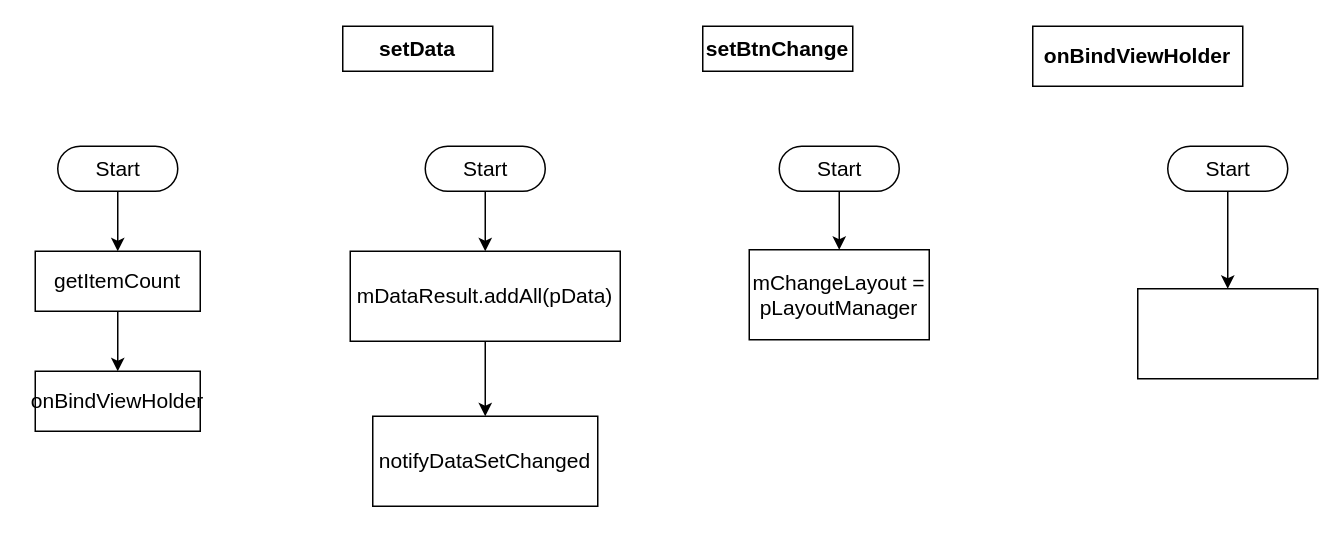
The draw.io diagram page "ZooAdapter" (7 of 12) of 一般流程.drawio in ccckyc/draw, before the edit. Source tidied: cells renumbered, new cells numbered last; positions are measured from the earlier drawing's top-left corner, leaving out a move shared by most shapes. Both pictures are drawn from the tidied source at 150%, with x=0, y=0 at pixel (34, 26).
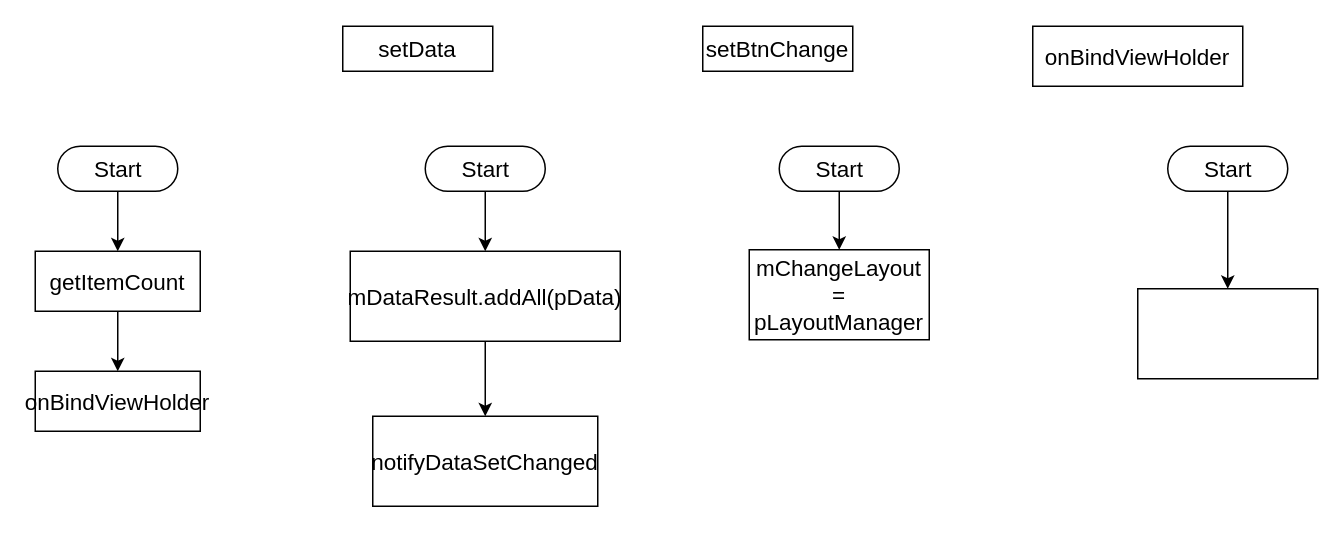
The same diagram, later.

Diff of the diagram source:
```diff
@@
-    <mxCell id="2" style="edgeStyle=orthogonalEdgeStyle;rounded=0;jettySize=auto;html=1;exitX=0.5;exitY=0.5;exitDx=0;exitDy=15;exitPerimeter=0;fontSize=14;" parent="1" edge="1" source="7" target="5">
+    <mxCell id="2" style="edgeStyle=orthogonalEdgeStyle;rounded=0;jettySize=auto;html=1;exitX=0.5;exitY=0.5;exitDx=0;exitDy=15;exitPerimeter=0;fontSize=15;fontFamily=Helvetica;fontStyle=0;" parent="1" edge="1" source="7" target="5">
       <mxGeometry relative="1" as="geometry" />
     </mxCell>
-    <mxCell id="3" value="setData" style="whiteSpace=wrap;html=1;fontSize=14;fontStyle=1;" parent="1" vertex="1">
+    <mxCell id="3" value="setData" style="whiteSpace=wrap;html=1;fontSize=15;fontStyle=0;fontFamily=Helvetica;" parent="1" vertex="1">
       <mxGeometry x="205" width="100" height="30" as="geometry" />
     </mxCell>
-    <mxCell id="4" style="edgeStyle=orthogonalEdgeStyle;rounded=0;jettySize=auto;html=1;fontSize=14;" parent="1" edge="1" source="5" target="6">
+    <mxCell id="4" style="edgeStyle=orthogonalEdgeStyle;rounded=0;jettySize=auto;html=1;fontSize=15;fontFamily=Helvetica;fontStyle=0;" parent="1" edge="1" source="5" target="6">
       <mxGeometry relative="1" as="geometry" />
     </mxCell>
-    <mxCell id="5" value="mDataResult.addAll(pData)" style="whiteSpace=wrap;html=1;fontSize=14;" parent="1" vertex="1">
+    <mxCell id="5" value="mDataResult.addAll(pData)" style="whiteSpace=wrap;html=1;fontSize=15;fontFamily=Helvetica;fontStyle=0;" parent="1" vertex="1">
       <mxGeometry x="210" y="150" width="180" height="60" as="geometry" />
     </mxCell>
-    <mxCell id="6" value="notifyDataSetChanged" style="whiteSpace=wrap;html=1;fontSize=14;" parent="1" vertex="1">
+    <mxCell id="6" value="notifyDataSetChanged" style="whiteSpace=wrap;html=1;fontSize=15;fontFamily=Helvetica;fontStyle=0;" parent="1" vertex="1">
       <mxGeometry x="225" y="260" width="150" height="60" as="geometry" />
     </mxCell>
-    <mxCell id="7" value="Start" style="html=1;dashed=0;whitespace=wrap;shape=mxgraph.dfd.start;fontStyle=0;fontSize=14;" parent="1" vertex="1">
+    <mxCell id="7" value="Start" style="html=1;dashed=0;whitespace=wrap;shape=mxgraph.dfd.start;fontStyle=0;fontSize=15;fontFamily=Helvetica;" parent="1" vertex="1">
       <mxGeometry x="260" y="80" width="80" height="30" as="geometry" />
     </mxCell>
-    <mxCell id="8" value="setBtnChange" style="whiteSpace=wrap;html=1;fontSize=14;fontStyle=1;" parent="1" vertex="1">
+    <mxCell id="8" value="setBtnChange" style="whiteSpace=wrap;html=1;fontSize=15;fontStyle=0;fontFamily=Helvetica;" parent="1" vertex="1">
       <mxGeometry x="445" width="100" height="30" as="geometry" />
     </mxCell>
-    <mxCell id="9" style="edgeStyle=orthogonalEdgeStyle;rounded=0;jettySize=auto;html=1;fontSize=14;" parent="1" edge="1" source="10" target="11">
+    <mxCell id="9" style="edgeStyle=orthogonalEdgeStyle;rounded=0;jettySize=auto;html=1;fontSize=15;fontFamily=Helvetica;fontStyle=0;" parent="1" edge="1" source="10" target="11">
       <mxGeometry relative="1" as="geometry" />
     </mxCell>
-    <mxCell id="10" value="Start" style="html=1;dashed=0;whitespace=wrap;shape=mxgraph.dfd.start;fontStyle=0;fontSize=14;" parent="1" vertex="1">
+    <mxCell id="10" value="Start" style="html=1;dashed=0;whitespace=wrap;shape=mxgraph.dfd.start;fontStyle=0;fontSize=15;fontFamily=Helvetica;" parent="1" vertex="1">
       <mxGeometry x="496" y="80" width="80" height="30" as="geometry" />
     </mxCell>
-    <mxCell id="11" value="mChangeLayout = pLayoutManager" style="whiteSpace=wrap;html=1;fontSize=14;dashed=0;fontStyle=0;" parent="1" vertex="1">
+    <mxCell id="11" value="mChangeLayout = pLayoutManager" style="whiteSpace=wrap;html=1;fontSize=15;dashed=0;fontStyle=0;fontFamily=Helvetica;" parent="1" vertex="1">
       <mxGeometry x="476" y="149" width="120" height="60" as="geometry" />
     </mxCell>
-    <mxCell id="12" value="onBindViewHolder" style="whiteSpace=wrap;html=1;fontSize=14;fontStyle=1;" parent="1" vertex="1">
+    <mxCell id="12" value="onBindViewHolder" style="whiteSpace=wrap;html=1;fontSize=15;fontStyle=0;fontFamily=Helvetica;" parent="1" vertex="1">
       <mxGeometry x="665" width="140" height="40" as="geometry" />
     </mxCell>
-    <mxCell id="13" style="edgeStyle=orthogonalEdgeStyle;rounded=0;jettySize=auto;html=1;fontSize=14;" parent="1" edge="1" source="14" target="17">
+    <mxCell id="13" style="edgeStyle=orthogonalEdgeStyle;rounded=0;jettySize=auto;html=1;fontSize=15;fontFamily=Helvetica;fontStyle=0;" parent="1" edge="1" source="14" target="17">
       <mxGeometry relative="1" as="geometry" />
     </mxCell>
-    <mxCell id="14" value="getItemCount" style="whiteSpace=wrap;html=1;fontSize=14;" parent="1" vertex="1">
+    <mxCell id="14" value="getItemCount" style="whiteSpace=wrap;html=1;fontSize=15;fontFamily=Helvetica;fontStyle=0;" parent="1" vertex="1">
       <mxGeometry y="150" width="110" height="40" as="geometry" />
     </mxCell>
-    <mxCell id="15" style="edgeStyle=orthogonalEdgeStyle;rounded=0;jettySize=auto;html=1;fontSize=14;" parent="1" edge="1" source="16" target="14">
+    <mxCell id="15" style="edgeStyle=orthogonalEdgeStyle;rounded=0;jettySize=auto;html=1;fontSize=15;fontFamily=Helvetica;fontStyle=0;" parent="1" edge="1" source="16" target="14">
       <mxGeometry relative="1" as="geometry" />
     </mxCell>
-    <mxCell id="16" value="Start" style="html=1;dashed=0;whitespace=wrap;shape=mxgraph.dfd.start;fontStyle=0;fontSize=14;" parent="1" vertex="1">
+    <mxCell id="16" value="Start" style="html=1;dashed=0;whitespace=wrap;shape=mxgraph.dfd.start;fontStyle=0;fontSize=15;fontFamily=Helvetica;" parent="1" vertex="1">
       <mxGeometry x="15" y="80" width="80" height="30" as="geometry" />
     </mxCell>
-    <mxCell id="17" value="onBindViewHolder" style="whiteSpace=wrap;html=1;fontSize=14;" parent="1" vertex="1">
+    <mxCell id="17" value="onBindViewHolder" style="whiteSpace=wrap;html=1;fontSize=15;fontFamily=Helvetica;fontStyle=0;" parent="1" vertex="1">
       <mxGeometry y="230" width="110" height="40" as="geometry" />
     </mxCell>
-    <mxCell id="18" style="edgeStyle=orthogonalEdgeStyle;rounded=0;jettySize=auto;html=1;" parent="1" edge="1" source="19" target="20">
+    <mxCell id="18" style="edgeStyle=orthogonalEdgeStyle;rounded=0;jettySize=auto;html=1;fontSize=15;fontFamily=Helvetica;fontStyle=0;" parent="1" edge="1" source="19" target="20">
       <mxGeometry relative="1" as="geometry" />
     </mxCell>
-    <mxCell id="19" value="Start" style="html=1;dashed=0;whitespace=wrap;shape=mxgraph.dfd.start;fontStyle=0;fontSize=14;" parent="1" vertex="1">
+    <mxCell id="19" value="Start" style="html=1;dashed=0;whitespace=wrap;shape=mxgraph.dfd.start;fontStyle=0;fontSize=15;fontFamily=Helvetica;" parent="1" vertex="1">
       <mxGeometry x="755" y="80" width="80" height="30" as="geometry" />
     </mxCell>
-    <mxCell id="20" style="whiteSpace=wrap;html=1;fontSize=14;dashed=0;fontStyle=0;" parent="1" vertex="1">
+    <mxCell id="20" style="whiteSpace=wrap;html=1;fontSize=15;dashed=0;fontStyle=0;fontFamily=Helvetica;" parent="1" vertex="1">
       <mxGeometry x="735" y="175" width="120" height="60" as="geometry" />
     </mxCell>
```
